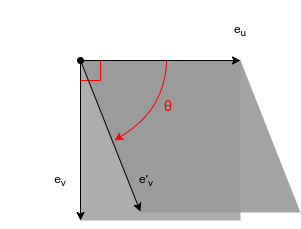
This is graphics/pixel.png from Myralllka/bachelor_thesis, a draw.io export, as it was before one commit. Source tidied: cells renumbered, new cells last; positions are measured from the earlier drawing's top-left corner, leaving out a move shared by most shapes. The source it was exported from:
```xml
<mxGraphModel>
  <root>
    <mxCell id="0" />
    <mxCell id="1" parent="0" />
    <mxCell id="2" style="group;" parent="1" vertex="1">
      <mxGeometry width="300" height="220" as="geometry" />
    </mxCell>
    <mxCell id="3" style="shape=parallelogram;perimeter=parallelogramPerimeter;whiteSpace=wrap;html=1;fixedSize=1;fontColor=#000000;fillColor=#999999;gradientColor=none;size=60;direction=west;strokeColor=none;opacity=90;rotation=0;flipH=1;" parent="2" vertex="1">
      <mxGeometry x="80" y="60" width="220" height="152" as="geometry" />
    </mxCell>
    <mxCell id="4" style="whiteSpace=wrap;html=1;fontColor=#000000;fillColor=#999999;gradientColor=none;opacity=80;strokeColor=none;" parent="2" vertex="1">
      <mxGeometry x="80" y="60" width="160" height="160" as="geometry" />
    </mxCell>
    <mxCell id="5" style="endArrow=classic;html=1;rounded=0;strokeColor=#000000;" parent="2" edge="1">
      <mxGeometry relative="1" as="geometry">
        <mxPoint x="80" y="60" as="sourcePoint" />
        <mxPoint x="240" y="60" as="targetPoint" />
      </mxGeometry>
    </mxCell>
    <mxCell id="6" style="endArrow=classic;html=1;rounded=0;strokeColor=#000000;startArrow=none;" parent="2" edge="1">
      <mxGeometry relative="1" as="geometry">
        <mxPoint x="80" y="220" as="sourcePoint" />
        <mxPoint x="80" y="220" as="targetPoint" />
      </mxGeometry>
    </mxCell>
    <mxCell id="7" style="endArrow=none;html=1;rounded=0;strokeColor=#000000;" parent="2" edge="1">
      <mxGeometry relative="1" as="geometry">
        <mxPoint x="80" y="60" as="sourcePoint" />
        <mxPoint x="80" y="60" as="targetPoint" />
      </mxGeometry>
    </mxCell>
    <mxCell id="8" style="endArrow=classic;html=1;rounded=0;strokeColor=#000000;" parent="2" edge="1">
      <mxGeometry relative="1" as="geometry">
        <mxPoint x="80" y="60" as="sourcePoint" />
        <mxPoint x="80" y="220" as="targetPoint" />
      </mxGeometry>
    </mxCell>
    <mxCell id="9" style="curved=1;endArrow=classic;html=1;rounded=0;strokeColor=#FF0000;" parent="2" edge="1">
      <mxGeometry relative="1" as="geometry">
        <mxPoint x="166" y="60" as="sourcePoint" />
        <mxPoint x="114" y="140" as="targetPoint" />
        <Array as="points">
          <mxPoint x="166" y="80" />
          <mxPoint x="146" y="120" />
        </Array>
      </mxGeometry>
    </mxCell>
    <mxCell id="10" style="endArrow=none;html=1;rounded=0;strokeColor=#FF0000;" parent="2" edge="1">
      <mxGeometry relative="1" as="geometry">
        <mxPoint x="80" y="80" as="sourcePoint" />
        <mxPoint x="100" y="80" as="targetPoint" />
      </mxGeometry>
    </mxCell>
    <mxCell id="11" style="endArrow=none;html=1;rounded=0;strokeColor=#FF0000;" parent="2" edge="1">
      <mxGeometry relative="1" as="geometry">
        <mxPoint x="100" y="60" as="sourcePoint" />
        <mxPoint x="100" y="80" as="targetPoint" />
      </mxGeometry>
    </mxCell>
    <mxCell id="12" style="endArrow=classic;html=1;rounded=0;strokeColor=#000000;entryX=0.449;entryY=1.019;entryDx=0;entryDy=0;entryPerimeter=0;startArrow=oval;startFill=1;" parent="2" edge="1" target="16">
      <mxGeometry relative="1" as="geometry">
        <mxPoint x="80" y="60" as="sourcePoint" />
      </mxGeometry>
    </mxCell>
    <mxCell id="13" value="&lt;span style=&quot;font-family: sans-serif ; font-size: 14.2944px ; font-style: normal ; font-weight: 400 ; letter-spacing: normal ; text-indent: 0px ; text-transform: none ; word-spacing: 0px ; display: inline ; float: none&quot;&gt;&lt;font color=&quot;#ff0000&quot;&gt;θ&lt;/font&gt;&lt;/span&gt;" style="text;html=1;strokeColor=none;fillColor=none;align=center;verticalAlign=middle;whiteSpace=wrap;rounded=0;" parent="2" vertex="1">
      <mxGeometry x="108" y="76" width="120" height="60" as="geometry" />
    </mxCell>
    <mxCell id="14" value="e&lt;sub&gt;u&lt;/sub&gt;" style="text;html=1;strokeColor=none;fillColor=none;align=center;verticalAlign=middle;whiteSpace=wrap;rounded=0;fontColor=#000000;" parent="2" vertex="1">
      <mxGeometry x="180" width="120" height="60" as="geometry" />
    </mxCell>
    <mxCell id="15" value="e&lt;sub&gt;v&lt;/sub&gt;" style="text;html=1;strokeColor=none;fillColor=none;align=center;verticalAlign=middle;whiteSpace=wrap;rounded=0;fontColor=#000000;" parent="2" vertex="1">
      <mxGeometry y="150" width="120" height="60" as="geometry" />
    </mxCell>
    <mxCell id="16" value="e'&lt;sub&gt;v&lt;/sub&gt;" style="text;html=1;strokeColor=none;fillColor=none;align=center;verticalAlign=middle;whiteSpace=wrap;rounded=0;fontColor=#000000;" parent="2" vertex="1">
      <mxGeometry x="86" y="150" width="120" height="60" as="geometry" />
    </mxCell>
  </root>
</mxGraphModel>
```
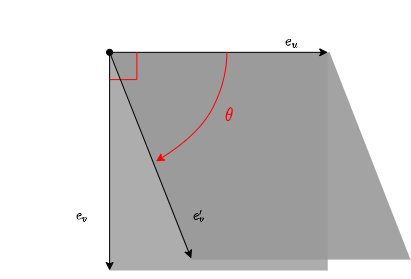
The same file after the commit.

The edit, as a diff of the source:
```diff
@@ -1,78 +1,75 @@
-<mxGraphModel>
+<mxGraphModel math="1">
   <root>
     <mxCell id="0" />
     <mxCell id="1" parent="0" />
-    <mxCell id="2" style="group;" parent="1" vertex="1">
-      <mxGeometry width="300" height="220" as="geometry" />
-    </mxCell>
+    <mxCell id="15" value="$$e_v$$" style="text;html=1;strokeColor=none;fillColor=none;align=center;verticalAlign=middle;whiteSpace=wrap;rounded=0;fontColor=#000000;" parent="1" vertex="1">
+      <mxGeometry x="50" y="274.5" width="163.6" height="81.8" as="geometry" />
+    </mxCell>
-    <mxCell id="3" style="shape=parallelogram;perimeter=parallelogramPerimeter;whiteSpace=wrap;html=1;fixedSize=1;fontColor=#000000;fillColor=#999999;gradientColor=none;size=60;direction=west;strokeColor=none;opacity=90;rotation=0;flipH=1;" parent="2" vertex="1">
-      <mxGeometry x="80" y="60" width="220" height="152" as="geometry" />
+    <mxCell id="3" style="shape=parallelogram;perimeter=parallelogramPerimeter;whiteSpace=wrap;html=1;fixedSize=1;fontColor=#000000;fillColor=#999999;gradientColor=none;size=80.91000000000008;direction=west;strokeColor=none;opacity=90;rotation=0;flipH=1;" parent="1" vertex="1">
+      <mxGeometry x="159.1" y="151.8" width="300.9" height="207.3" as="geometry" />
     </mxCell>
-    <mxCell id="4" style="whiteSpace=wrap;html=1;fontColor=#000000;fillColor=#999999;gradientColor=none;opacity=80;strokeColor=none;" parent="2" vertex="1">
-      <mxGeometry x="80" y="60" width="160" height="160" as="geometry" />
+    <mxCell id="4" style="whiteSpace=wrap;html=1;fontColor=#000000;fillColor=#999999;gradientColor=none;opacity=80;strokeColor=none;" parent="1" vertex="1">
+      <mxGeometry x="159.1" y="151.8" width="218.2" height="218.2" as="geometry" />
     </mxCell>
-    <mxCell id="5" style="endArrow=classic;html=1;rounded=0;strokeColor=#000000;" parent="2" edge="1">
+    <mxCell id="5" style="endArrow=classic;html=1;rounded=0;strokeColor=#000000;" parent="1" edge="1">
       <mxGeometry relative="1" as="geometry">
-        <mxPoint x="80" y="60" as="sourcePoint" />
-        <mxPoint x="240" y="60" as="targetPoint" />
+        <mxPoint x="159.1" y="151.8" as="sourcePoint" />
+        <mxPoint x="377.3" y="151.8" as="targetPoint" />
       </mxGeometry>
     </mxCell>
-    <mxCell id="6" style="endArrow=classic;html=1;rounded=0;strokeColor=#000000;startArrow=none;" parent="2" edge="1">
+    <mxCell id="6" style="endArrow=classic;html=1;rounded=0;strokeColor=#000000;startArrow=none;" parent="1" edge="1">
       <mxGeometry relative="1" as="geometry">
-        <mxPoint x="80" y="220" as="sourcePoint" />
-        <mxPoint x="80" y="220" as="targetPoint" />
+        <mxPoint x="159.1" y="370" as="sourcePoint" />
+        <mxPoint x="159.1" y="370" as="targetPoint" />
       </mxGeometry>
     </mxCell>
-    <mxCell id="7" style="endArrow=none;html=1;rounded=0;strokeColor=#000000;" parent="2" edge="1">
+    <mxCell id="7" style="endArrow=none;html=1;rounded=0;strokeColor=#000000;" parent="1" edge="1">
       <mxGeometry relative="1" as="geometry">
-        <mxPoint x="80" y="60" as="sourcePoint" />
-        <mxPoint x="80" y="60" as="targetPoint" />
+        <mxPoint x="159.1" y="151.8" as="sourcePoint" />
+        <mxPoint x="159.1" y="151.8" as="targetPoint" />
       </mxGeometry>
     </mxCell>
-    <mxCell id="8" style="endArrow=classic;html=1;rounded=0;strokeColor=#000000;" parent="2" edge="1">
+    <mxCell id="8" style="endArrow=classic;html=1;rounded=0;strokeColor=#000000;" parent="1" edge="1">
       <mxGeometry relative="1" as="geometry">
-        <mxPoint x="80" y="60" as="sourcePoint" />
-        <mxPoint x="80" y="220" as="targetPoint" />
+        <mxPoint x="159.1" y="151.8" as="sourcePoint" />
+        <mxPoint x="159.1" y="370" as="targetPoint" />
       </mxGeometry>
     </mxCell>
-    <mxCell id="9" style="curved=1;endArrow=classic;html=1;rounded=0;strokeColor=#FF0000;" parent="2" edge="1">
+    <mxCell id="9" style="curved=1;endArrow=classic;html=1;rounded=0;strokeColor=#FF0000;" parent="1" edge="1">
       <mxGeometry relative="1" as="geometry">
-        <mxPoint x="166" y="60" as="sourcePoint" />
-        <mxPoint x="114" y="140" as="targetPoint" />
+        <mxPoint x="276.4" y="151.8" as="sourcePoint" />
+        <mxPoint x="205.5" y="260.9" as="targetPoint" />
         <Array as="points">
-          <mxPoint x="166" y="80" />
-          <mxPoint x="146" y="120" />
+          <mxPoint x="276.4" y="179.1" />
+          <mxPoint x="249.1" y="233.6" />
         </Array>
       </mxGeometry>
     </mxCell>
-    <mxCell id="10" style="endArrow=none;html=1;rounded=0;strokeColor=#FF0000;" parent="2" edge="1">
+    <mxCell id="10" style="endArrow=none;html=1;rounded=0;strokeColor=#FF0000;" parent="1" edge="1">
       <mxGeometry relative="1" as="geometry">
-        <mxPoint x="80" y="80" as="sourcePoint" />
-        <mxPoint x="100" y="80" as="targetPoint" />
+        <mxPoint x="159.1" y="179.1" as="sourcePoint" />
+        <mxPoint x="186.4" y="179.1" as="targetPoint" />
       </mxGeometry>
     </mxCell>
-    <mxCell id="11" style="endArrow=none;html=1;rounded=0;strokeColor=#FF0000;" parent="2" edge="1">
+    <mxCell id="11" style="endArrow=none;html=1;rounded=0;strokeColor=#FF0000;" parent="1" edge="1">
       <mxGeometry relative="1" as="geometry">
-        <mxPoint x="100" y="60" as="sourcePoint" />
-        <mxPoint x="100" y="80" as="targetPoint" />
+        <mxPoint x="186.4" y="151.8" as="sourcePoint" />
+        <mxPoint x="186.4" y="179.1" as="targetPoint" />
       </mxGeometry>
     </mxCell>
-    <mxCell id="12" style="endArrow=classic;html=1;rounded=0;strokeColor=#000000;entryX=0.449;entryY=1.019;entryDx=0;entryDy=0;entryPerimeter=0;startArrow=oval;startFill=1;" parent="2" edge="1" target="16">
+    <mxCell id="12" style="endArrow=classic;html=1;rounded=0;strokeColor=#000000;entryX=0.449;entryY=1.019;entryDx=0;entryDy=0;entryPerimeter=0;startArrow=oval;startFill=1;" parent="1" edge="1" target="16">
       <mxGeometry relative="1" as="geometry">
-        <mxPoint x="80" y="60" as="sourcePoint" />
+        <mxPoint x="159.1" y="151.8" as="sourcePoint" />
       </mxGeometry>
     </mxCell>
-    <mxCell id="13" value="&lt;span style=&quot;font-family: sans-serif ; font-size: 14.2944px ; font-style: normal ; font-weight: 400 ; letter-spacing: normal ; text-indent: 0px ; text-transform: none ; word-spacing: 0px ; display: inline ; float: none&quot;&gt;&lt;font color=&quot;#ff0000&quot;&gt;θ&lt;/font&gt;&lt;/span&gt;" style="text;html=1;strokeColor=none;fillColor=none;align=center;verticalAlign=middle;whiteSpace=wrap;rounded=0;" parent="2" vertex="1">
-      <mxGeometry x="108" y="76" width="120" height="60" as="geometry" />
+    <mxCell id="13" value="&lt;span style=&quot;font-family: sans-serif ; font-size: 14.2944px ; font-style: normal ; font-weight: 400 ; letter-spacing: normal ; text-indent: 0px ; text-transform: none ; word-spacing: 0px ; display: inline ; float: none&quot;&gt;&lt;font color=&quot;#ff0000&quot;&gt;$$\theta$$&lt;/font&gt;&lt;/span&gt;" style="text;html=1;strokeColor=none;fillColor=none;align=center;verticalAlign=middle;whiteSpace=wrap;rounded=0;" parent="1" vertex="1">
+      <mxGeometry x="197.3" y="173.6" width="163.6" height="81.8" as="geometry" />
     </mxCell>
+    <mxCell id="16" value="$$e'_v$$" style="text;html=1;strokeColor=none;fillColor=none;align=center;verticalAlign=middle;whiteSpace=wrap;rounded=0;fontColor=#000000;" parent="1" vertex="1">
+      <mxGeometry x="167.3" y="274.5" width="163.6" height="81.8" as="geometry" />
+    </mxCell>
-    <mxCell id="14" value="e&lt;sub&gt;u&lt;/sub&gt;" style="text;html=1;strokeColor=none;fillColor=none;align=center;verticalAlign=middle;whiteSpace=wrap;rounded=0;fontColor=#000000;" parent="2" vertex="1">
-      <mxGeometry x="180" width="120" height="60" as="geometry" />
+    <mxCell id="14" value="$$e_u$$" style="text;html=1;strokeColor=none;fillColor=none;align=center;verticalAlign=middle;whiteSpace=wrap;rounded=0;fontColor=#000000;" parent="1" vertex="1">
+      <mxGeometry x="260" y="100" width="163.6" height="81.8" as="geometry" />
     </mxCell>
-    <mxCell id="15" value="e&lt;sub&gt;v&lt;/sub&gt;" style="text;html=1;strokeColor=none;fillColor=none;align=center;verticalAlign=middle;whiteSpace=wrap;rounded=0;fontColor=#000000;" parent="2" vertex="1">
-      <mxGeometry y="150" width="120" height="60" as="geometry" />
-    </mxCell>
-    <mxCell id="16" value="e'&lt;sub&gt;v&lt;/sub&gt;" style="text;html=1;strokeColor=none;fillColor=none;align=center;verticalAlign=middle;whiteSpace=wrap;rounded=0;fontColor=#000000;" parent="2" vertex="1">
-      <mxGeometry x="86" y="150" width="120" height="60" as="geometry" />
-    </mxCell>
   </root>
 </mxGraphModel>
```
